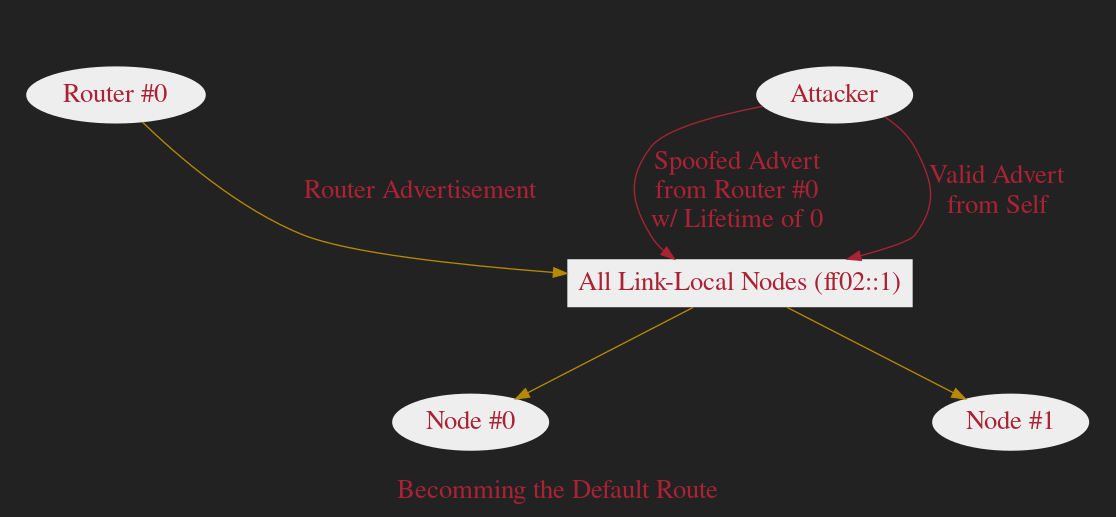
This is slides/graphs/images/ndp-ura-attack2.png from dlrobertson/dlrobertson.com, a Graphviz export, as it was before one commit. Its source is kept beside it as slides/graphs/sources/ndp-ura-attack2.dot.
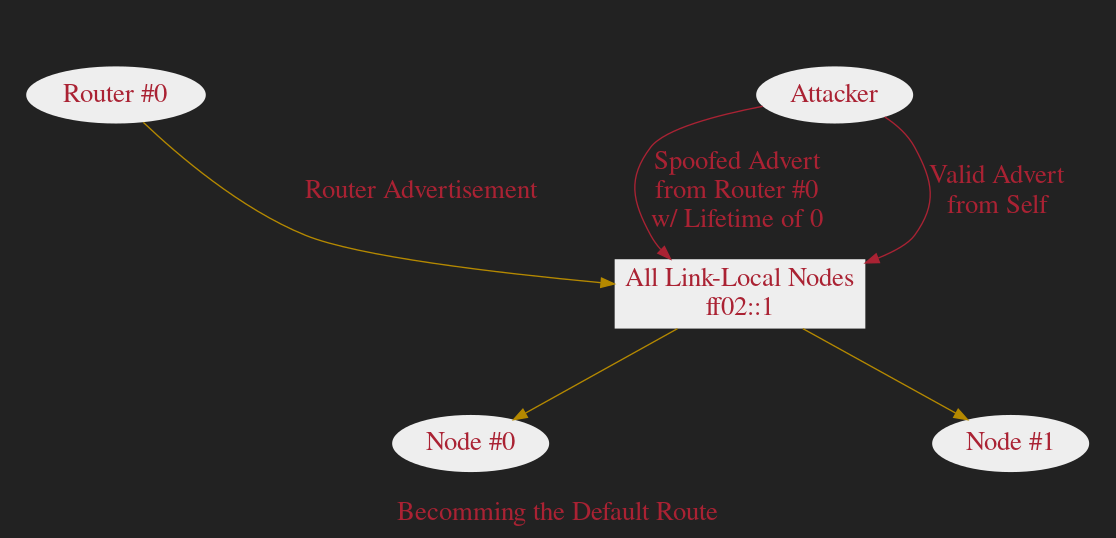
The same diagram one commit later.

What changed in the source:
```diff
@@ -29,7 +29,7 @@
         ]
     }
     all_nodes[
-        label="All Link-Local Nodes (ff02::1)"
+        label="All Link-Local Nodes\nff02::1"
         style=filled
         color=none
         fillcolor="#eeeeee"
```
